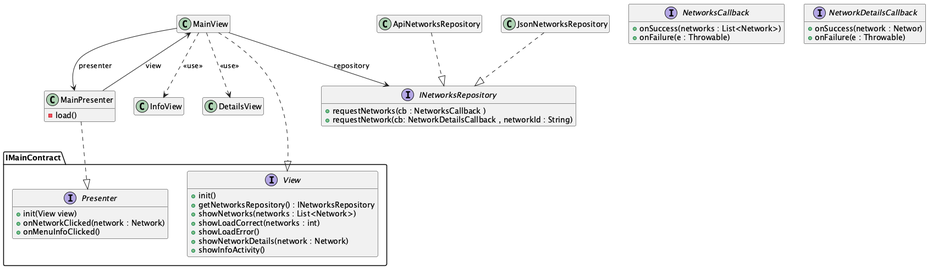
This is Docs/Models/architecture.png from isunican/App-Bicis-Grupo3, a PlantUML export, as it was before one commit.
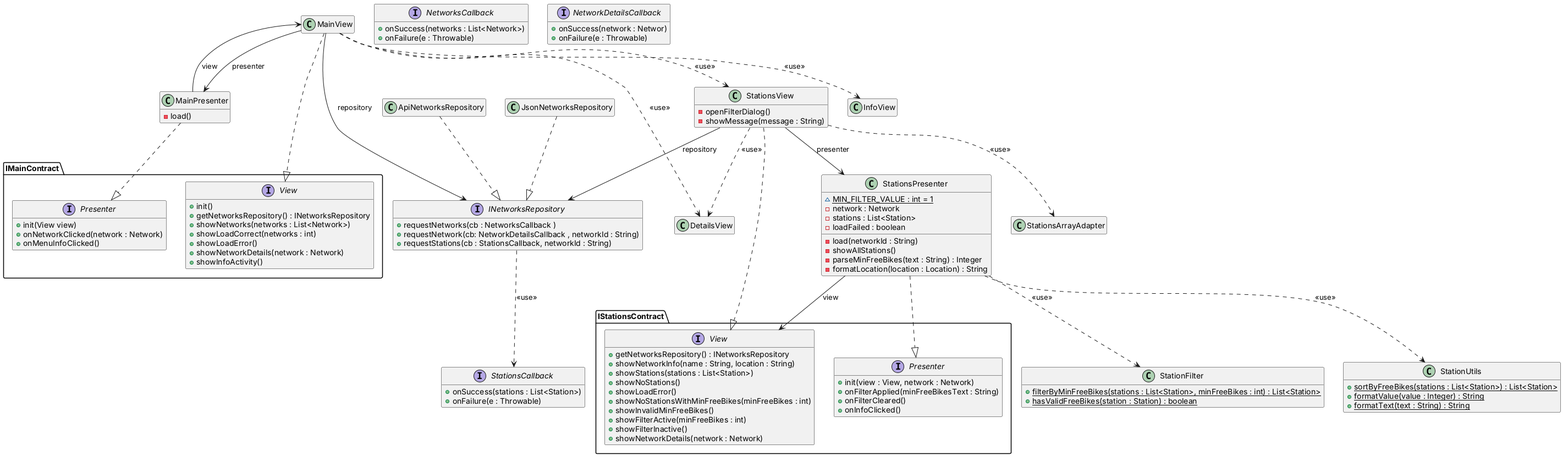
The same file after the commit.

Diff of the diagram source:
```diff
@@ -43,6 +43,7 @@
 interface INetworksRepository {
     + requestNetworks(cb : NetworksCallback )
     + requestNetwork(cb: NetworkDetailsCallback , networkId : String)
+    + requestStations(cb : StationsCallback, networkId : String)
 }
 
 interface NetworksCallback {
@@ -56,4 +57,71 @@
 }
 
 
+
+MainView ..> StationsView : <<use>>
+StationsView ..|> IStationsContract.View
+StationsPresenter ..|> IStationsContract.Presenter
+StationsView --> StationsPresenter : presenter
+StationsPresenter --> IStationsContract.View : view
+StationsView --> INetworksRepository : repository
+StationsView ..> StationsArrayAdapter : <<use>>
+StationsView ..> DetailsView : <<use>>
+StationsPresenter ..> StationFilter : <<use>>
+StationsPresenter ..> StationUtils : <<use>>
+INetworksRepository ..> StationsCallback : <<use>>
+
+class StationsView {
+    - openFilterDialog()
+    - showMessage(message : String)
+}
+
+class StationsArrayAdapter
+
+class StationsPresenter {
+    ~ {static} MIN_FILTER_VALUE : int = 1
+    - network : Network
+    - stations : List<Station>
+    - loadFailed : boolean
+    - load(networkId : String)
+    - showAllStations()
+    - parseMinFreeBikes(text : String) : Integer
+    - formatLocation(location : Location) : String
+}
+
+class StationFilter {
+    + {static} filterByMinFreeBikes(stations : List<Station>, minFreeBikes : int) : List<Station>
+    + {static} hasValidFreeBikes(station : Station) : boolean
+}
+
+class StationUtils {
+    + {static} sortByFreeBikes(stations : List<Station>) : List<Station>
+    + {static} formatValue(value : Integer) : String
+    + {static} formatText(text : String) : String
+}
+
+interface IStationsContract.View {
+    + getNetworksRepository() : INetworksRepository
+    + showNetworkInfo(name : String, location : String)
+    + showStations(stations : List<Station>)
+    + showNoStations()
+    + showLoadError()
+    + showNoStationsWithMinFreeBikes(minFreeBikes : int)
+    + showInvalidMinFreeBikes()
+    + showFilterActive(minFreeBikes : int)
+    + showFilterInactive()
+    + showNetworkDetails(network : Network)
+}
+
+interface IStationsContract.Presenter {
+    + init(view : View, network : Network)
+    + onFilterApplied(minFreeBikesText : String)
+    + onFilterCleared()
+    + onInfoClicked()
+}
+
+interface StationsCallback {
+    + onSuccess(stations : List<Station>)
+    + onFailure(e : Throwable)
+}
+
 @enduml
```
